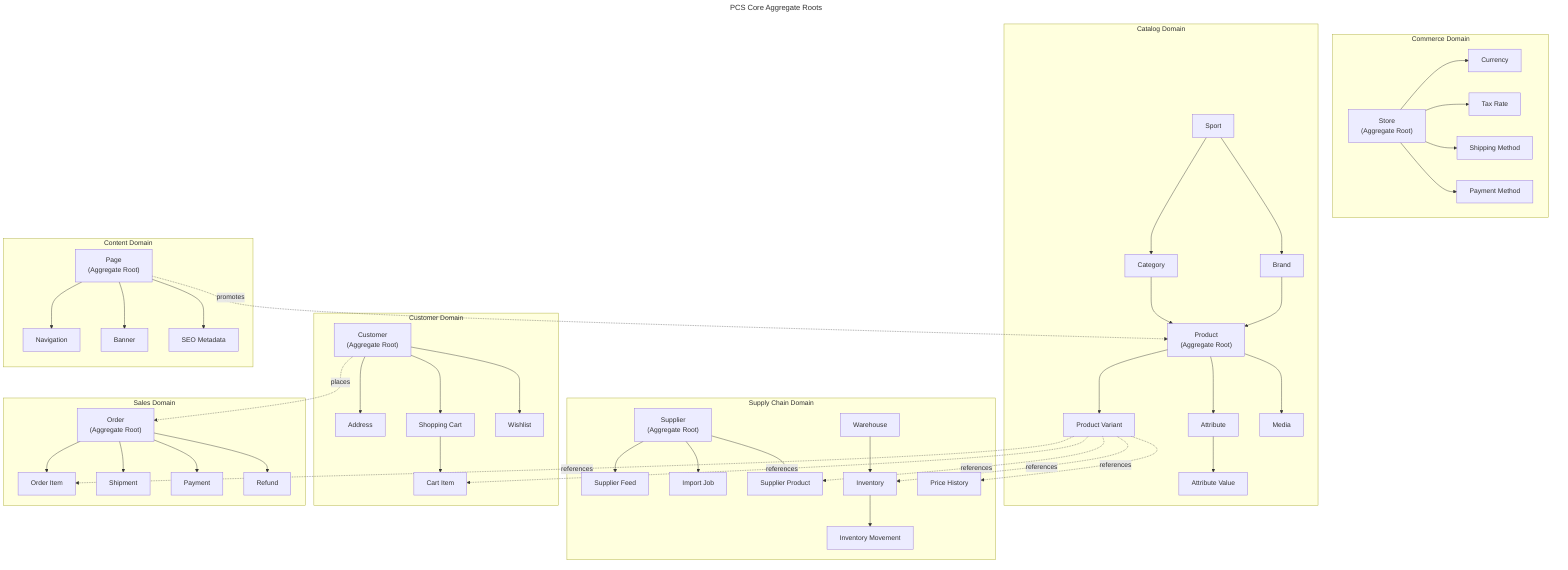
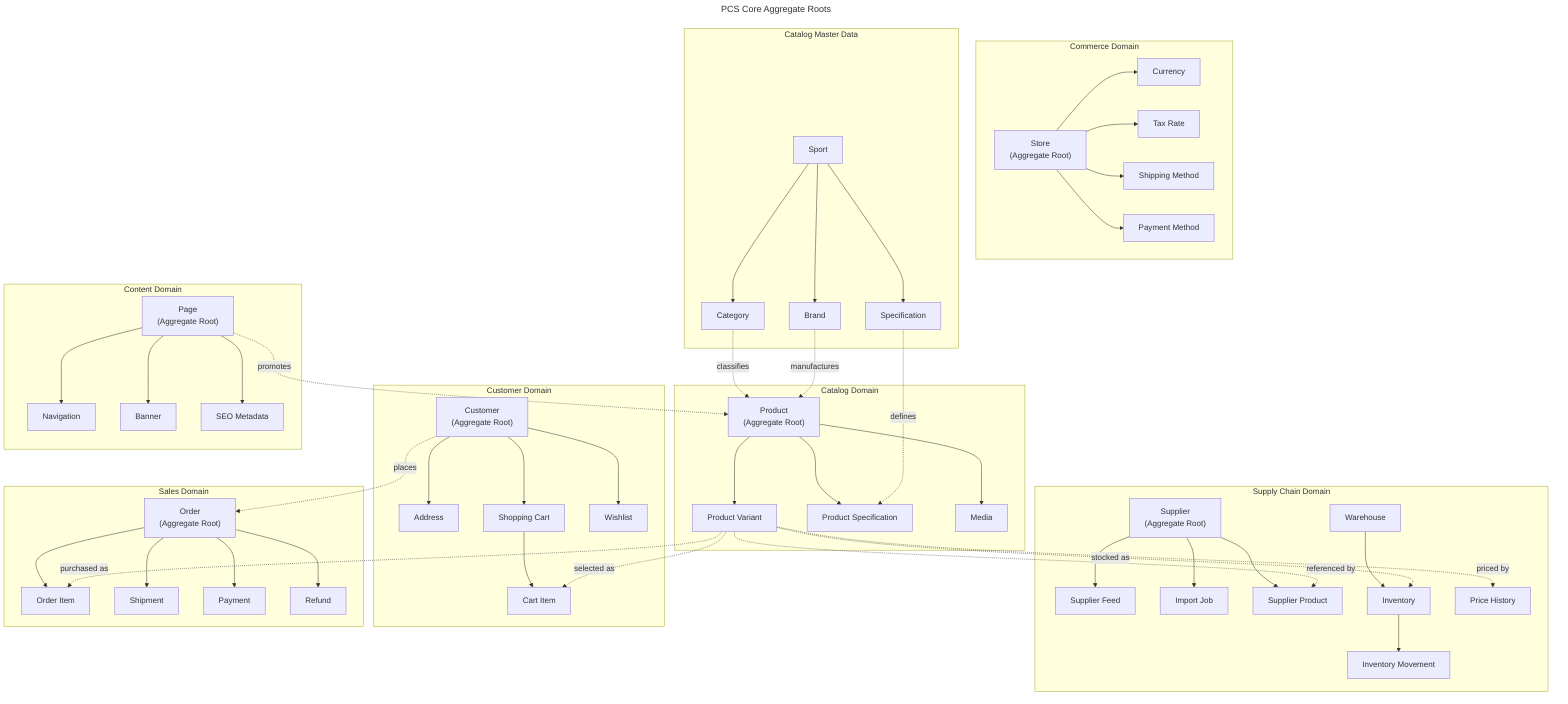
---
title: PCS Core Aggregate Roots
- version: 2.0.0
- status: Approved
+ version: 2.1.0
+ status: APPROVED
last-updated: 2026-06-30
---

flowchart TB

%% ==========================================================
%% COMMERCE
%% ==========================================================

subgraph COMMERCE["Commerce Domain"]

Store["Store<br/>(Aggregate Root)"]

Currency["Currency"]
TaxRate["Tax Rate"]
ShippingMethod["Shipping Method"]
PaymentMethod["Payment Method"]

Store --> Currency
Store --> TaxRate
Store --> ShippingMethod
Store --> PaymentMethod

end

%% ==========================================================
+ %% CATALOG MASTER DATA
+ %% ==========================================================
+ 
+ subgraph MASTERDATA["Catalog Master Data"]
+ 
+ Sport["Sport"]
+ 
+ Category["Category"]
+ 
+ Brand["Brand"]
+ 
+ Specification["Specification"]
+ 
+ Sport --> Category
+ Sport --> Brand
+ Sport --> Specification
+ 
+ end
+ 
+ %% ==========================================================
%% CATALOG
%% ==========================================================

subgraph CATALOG["Catalog Domain"]

Product["Product<br/>(Aggregate Root)"]

- Sport["Sport"]
- Category["Category"]
- Brand["Brand"]
- Variant["Product Variant"]
- Attribute["Attribute"]
- AttributeValue["Attribute Value"]
+ ProductVariant["Product Variant"]
+ 
+ ProductSpecification["Product Specification"]
+ 
Media["Media"]

- Sport --> Category
- Sport --> Brand
+ Category -. classifies .-> Product
+ Brand -. manufactures .-> Product

- Category --> Product
- Brand --> Product
+ Product --> ProductVariant
+ Product --> ProductSpecification
+ Product --> Media

- Product --> Variant
- Product --> Attribute
- Attribute --> AttributeValue
- Product --> Media
+ Specification -. defines .-> ProductSpecification

end

%% ==========================================================
%% SUPPLY CHAIN
%% ==========================================================

subgraph SUPPLYCHAIN["Supply Chain Domain"]

Supplier["Supplier<br/>(Aggregate Root)"]

SupplierFeed["Supplier Feed"]
+ 
ImportJob["Import Job"]
+ 
SupplierProduct["Supplier Product"]

Warehouse["Warehouse"]

Inventory["Inventory"]

InventoryMovement["Inventory Movement"]

PriceHistory["Price History"]

Supplier --> SupplierFeed
Supplier --> ImportJob
Supplier --> SupplierProduct

- Variant -. references .-> SupplierProduct
- Variant -. references .-> Inventory
- Variant -. references .-> PriceHistory
- 
Warehouse --> Inventory
Inventory --> InventoryMovement
+ 
+ ProductVariant -. referenced by .-> SupplierProduct
+ ProductVariant -. stocked as .-> Inventory
+ ProductVariant -. priced by .-> PriceHistory

end

%% ==========================================================
%% CUSTOMERS
%% ==========================================================

subgraph CUSTOMERS["Customer Domain"]

Customer["Customer<br/>(Aggregate Root)"]

Address["Address"]
+ 
ShoppingCart["Shopping Cart"]
+ 
CartItem["Cart Item"]
+ 
Wishlist["Wishlist"]

Customer --> Address
Customer --> ShoppingCart
ShoppingCart --> CartItem
Customer --> Wishlist

- Variant -. references .-> CartItem
+ ProductVariant -. selected as .-> CartItem

end

%% ==========================================================
%% SALES
%% ==========================================================

subgraph SALES["Sales Domain"]

Order["Order<br/>(Aggregate Root)"]

OrderItem["Order Item"]
+ 
Shipment["Shipment"]
+ 
Payment["Payment"]
+ 
Refund["Refund"]

Order --> OrderItem
Order --> Shipment
Order --> Payment
Order --> Refund

- Variant -. references .-> OrderItem
+ Customer -. places .-> Order

- Customer -. places .-> Order
+ ProductVariant -. purchased as .-> OrderItem

end

%% ==========================================================
%% CONTENT
%% ==========================================================

subgraph CONTENT["Content Domain"]

Page["Page<br/>(Aggregate Root)"]

Navigation["Navigation"]
+ 
Banner["Banner"]
+ 
Seo["SEO Metadata"]

Page --> Navigation
Page --> Banner
Page --> Seo

Page -. promotes .-> Product

end